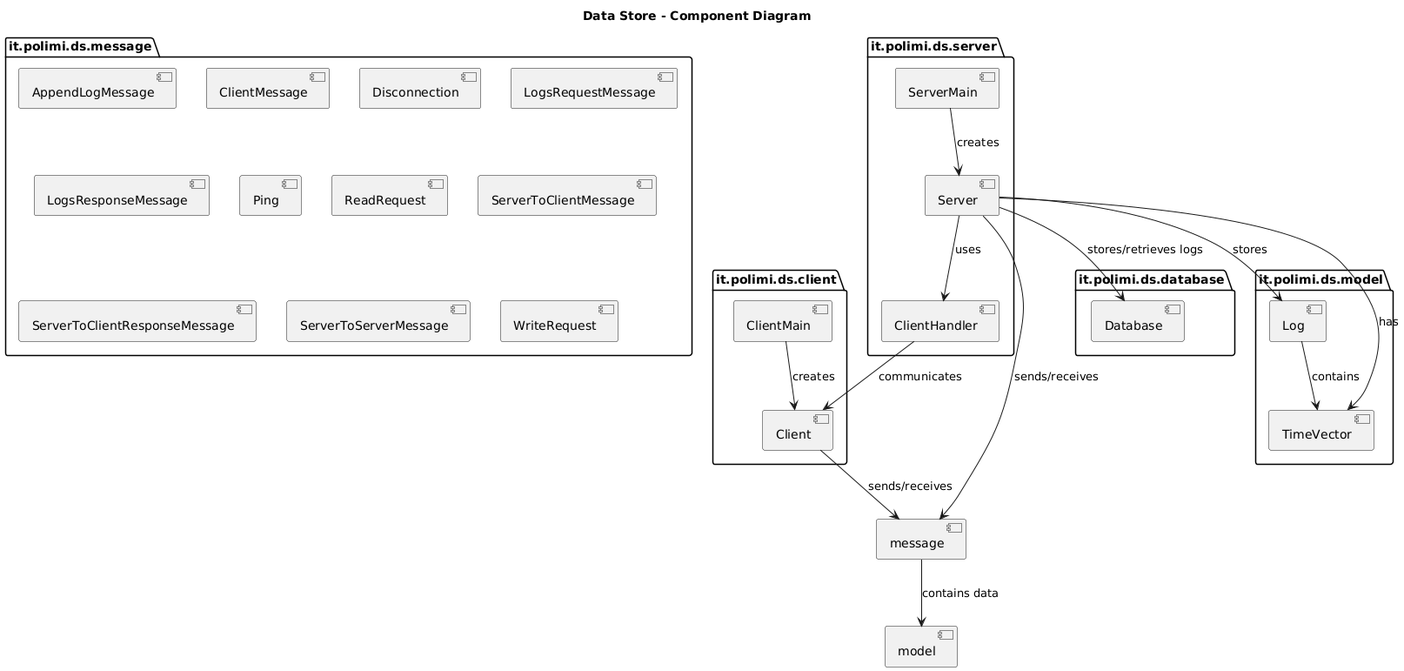
Earlier version of the PlantUML export deliverables/diagrams/images/UML.png (matteo-luraghi/project-ds-2025). Its diagram source:
```plantuml
@startuml
title Data Store - Component Diagram

package "it.polimi.ds.client" {
  [Client]
  [ClientMain]
}

package "it.polimi.ds.database" {
  [Database]
}

package "it.polimi.ds.message" {
  [AppendLogMessage]
  [ClientMessage]
  [Disconnection]
  [LogsRequestMessage]
  [LogsResponseMessage]
  [Ping]
  [ReadRequest]
  [ServerToClientMessage]
  [ServerToClientResponseMessage]
  [ServerToServerMessage]
  [WriteRequest]
}

package "it.polimi.ds.model" {
  [Log]
  [TimeVector]
}

package "it.polimi.ds.server" {
  [ClientHandler]
  [Server]
  [ServerMain]
}

[ClientMain] --> [Client] : creates
[ServerMain] --> [Server] : creates
[ClientHandler] --> [Client] : communicates
[Server] --> [Database] : stores/retrieves logs
[Client] --> [message] : sends/receives
[Server] --> [message] : sends/receives
[message] --> [model] : contains data
[Server] --> [ClientHandler] : uses
[Server] --> [Log] : stores
[Server] --> [TimeVector] : has
[Log] --> [TimeVector] : contains
@enduml
```
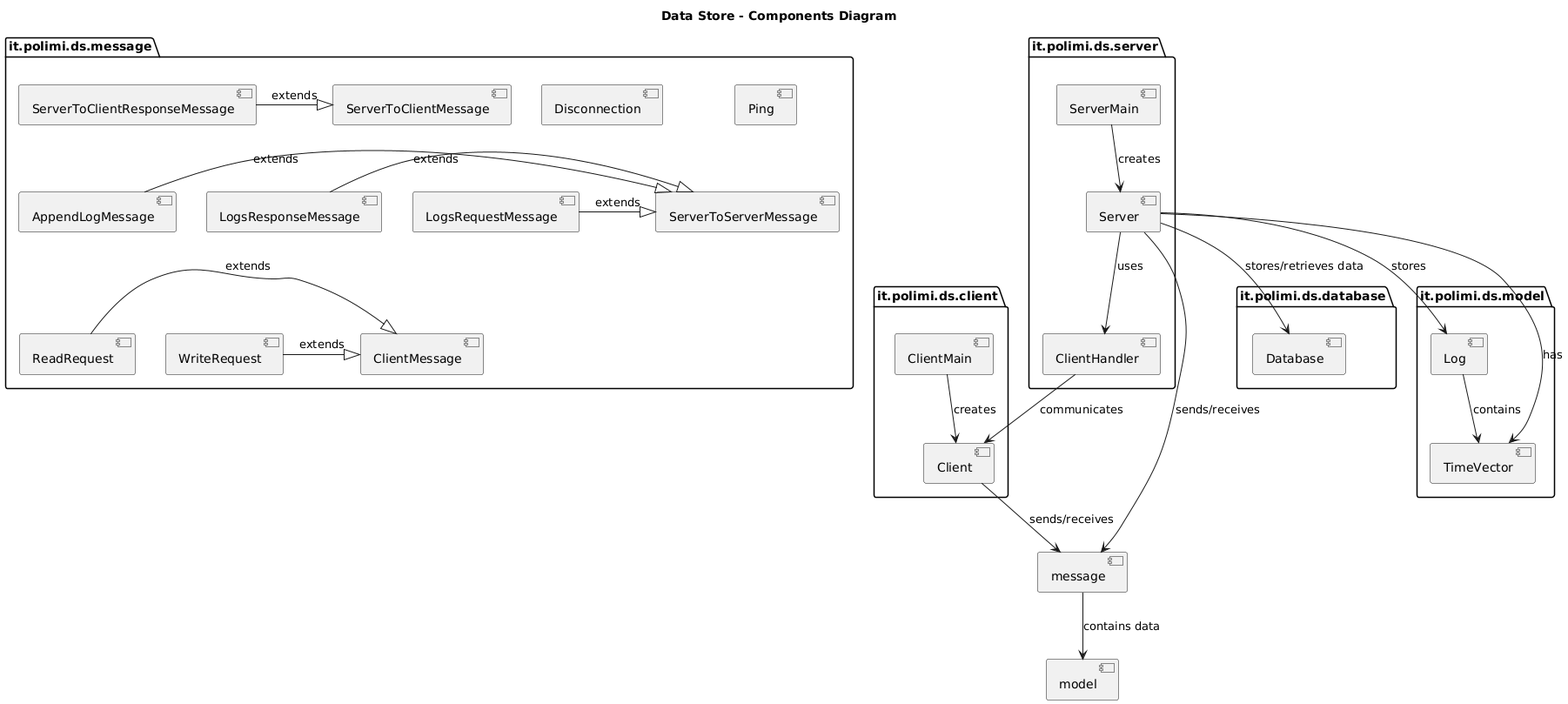
The same file after the commit.

Commit message:
[ADD] svg of diagrams and new UML

Change to the diagram source:
```diff
@@ -1,13 +1,9 @@
 @startuml
-title Data Store - Component Diagram
+title Data Store - Components Diagram
 
 package "it.polimi.ds.client" {
+  [ClientMain]
   [Client]
-  [ClientMain]
-}
-
-package "it.polimi.ds.database" {
-  [Database]
 }
 
 package "it.polimi.ds.message" {
@@ -22,6 +18,19 @@
   [ServerToClientResponseMessage]
   [ServerToServerMessage]
   [WriteRequest]
+
+  [AppendLogMessage] -[hidden]down-> [ClientMessage]
+  [Disconnection] -[hidden]down-> [LogsRequestMessage]
+}
+
+package "it.polimi.ds.server" {
+  [ServerMain]
+  [Server]
+  [ClientHandler]
+}
+
+package "it.polimi.ds.database" {
+  [Database]
 }
 
 package "it.polimi.ds.model" {
@@ -29,21 +38,24 @@
   [TimeVector]
 }
 
-package "it.polimi.ds.server" {
-  [ClientHandler]
-  [Server]
-  [ServerMain]
-}
-
 [ClientMain] --> [Client] : creates
 [ServerMain] --> [Server] : creates
-[ClientHandler] --> [Client] : communicates
-[Server] --> [Database] : stores/retrieves logs
+[Server] --> [ClientHandler] : uses
+
 [Client] --> [message] : sends/receives
 [Server] --> [message] : sends/receives
+[ClientHandler] --> [Client] : communicates
 [message] --> [model] : contains data
-[Server] --> [ClientHandler] : uses
+
+[Server] --> [Database] : stores/retrieves data
 [Server] --> [Log] : stores
 [Server] --> [TimeVector] : has
 [Log] --> [TimeVector] : contains
+
+[AppendLogMessage] -|> [ServerToServerMessage] : extends
+[LogsRequestMessage] -|> [ServerToServerMessage] : extends
+[LogsResponseMessage] -|> [ServerToServerMessage] : extends
+[ReadRequest] -|> [ClientMessage] : extends
+[WriteRequest] -|> [ClientMessage] : extends
+[ServerToClientResponseMessage] -|> [ServerToClientMessage] : extends
 @enduml
```
